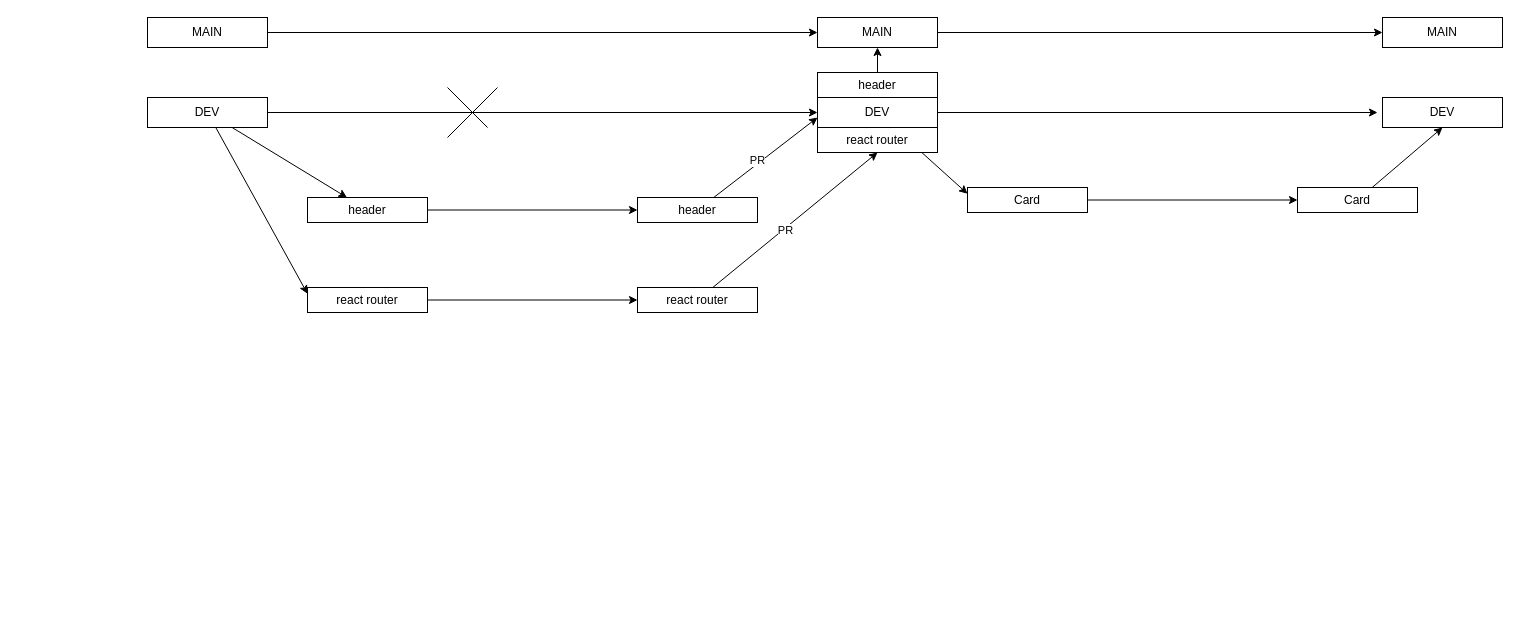
The draw.io diagram git.drawio in MariusCodeAcademy/type19-12_pets_meds_practice, before the edit. Source tidied: cells renumbered, new cells numbered last; positions are measured from the earlier drawing's top-left corner, leaving out a move shared by most shapes. Both pictures are drawn from the tidied source at 100%, with x=0, y=0 at pixel (147, 17).
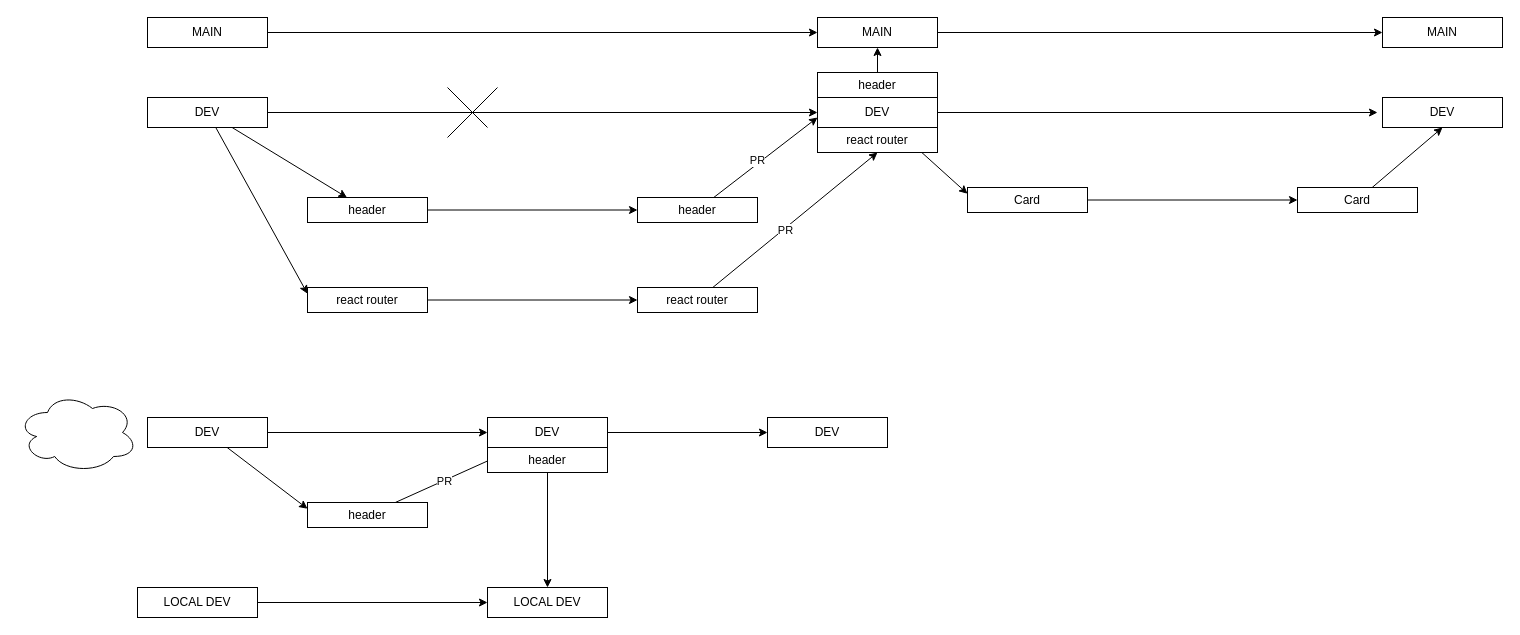
Above is the later version.

Commit message (it also covers changes not shown here):
dev i prieki

What changed in the source:
```diff
@@
+    <mxCell id="34" style="edgeStyle=none;html=1;" parent="1" edge="1" source="36" target="42">
+      <mxGeometry relative="1" as="geometry" />
+    </mxCell>
+    <mxCell id="35" style="edgeStyle=none;html=1;entryX=0;entryY=0.25;entryDx=0;entryDy=0;" parent="1" edge="1" source="36" target="39">
+      <mxGeometry relative="1" as="geometry" />
+    </mxCell>
+    <mxCell id="36" value="DEV" style="rounded=0;whiteSpace=wrap;html=1;" parent="1" vertex="1">
+      <mxGeometry y="400" width="120" height="30" as="geometry" />
+    </mxCell>
+    <mxCell id="37" style="edgeStyle=none;html=1;entryX=0.25;entryY=1;entryDx=0;entryDy=0;" parent="1" edge="1" source="39" target="42">
+      <mxGeometry relative="1" as="geometry" />
+    </mxCell>
+    <mxCell id="38" value="PR" style="edgeLabel;html=1;align=center;verticalAlign=middle;" parent="37" vertex="1">
+      <mxGeometry x="-0.21" relative="1" as="geometry" />
+    </mxCell>
+    <mxCell id="39" value="header" style="rounded=0;whiteSpace=wrap;html=1;" parent="1" vertex="1">
+      <mxGeometry x="160" y="485" width="120" height="25" as="geometry" />
+    </mxCell>
+    <mxCell id="40" style="edgeStyle=none;html=1;" parent="1" edge="1" source="42" target="43">
+      <mxGeometry relative="1" as="geometry" />
+    </mxCell>
+    <mxCell id="41" style="edgeStyle=none;html=1;entryX=0.5;entryY=0;entryDx=0;entryDy=0;" parent="1" edge="1" source="42" target="48">
+      <mxGeometry relative="1" as="geometry" />
+    </mxCell>
+    <mxCell id="42" value="DEV" style="rounded=0;whiteSpace=wrap;html=1;" parent="1" vertex="1">
+      <mxGeometry x="340" y="400" width="120" height="30" as="geometry" />
+    </mxCell>
+    <mxCell id="43" value="DEV" style="rounded=0;whiteSpace=wrap;html=1;" parent="1" vertex="1">
+      <mxGeometry x="620" y="400" width="120" height="30" as="geometry" />
+    </mxCell>
+    <mxCell id="44" value="header" style="rounded=0;whiteSpace=wrap;html=1;" parent="1" vertex="1">
+      <mxGeometry x="340" y="430" width="120" height="25" as="geometry" />
+    </mxCell>
+    <mxCell id="45" style="ellipse;shape=cloud;whiteSpace=wrap;html=1;" parent="1" vertex="1">
+      <mxGeometry x="-130" y="375" width="120" height="80" as="geometry" />
+    </mxCell>
+    <mxCell id="46" style="edgeStyle=none;html=1;" parent="1" edge="1" source="47">
+      <mxGeometry relative="1" as="geometry">
+        <mxPoint x="340" y="585" as="targetPoint" />
+      </mxGeometry>
+    </mxCell>
+    <mxCell id="47" value="LOCAL DEV" style="rounded=0;whiteSpace=wrap;html=1;" parent="1" vertex="1">
+      <mxGeometry x="-10" y="570" width="120" height="30" as="geometry" />
+    </mxCell>
+    <mxCell id="48" value="LOCAL DEV" style="rounded=0;whiteSpace=wrap;html=1;" parent="1" vertex="1">
+      <mxGeometry x="340" y="570" width="120" height="30" as="geometry" />
+    </mxCell>
```
